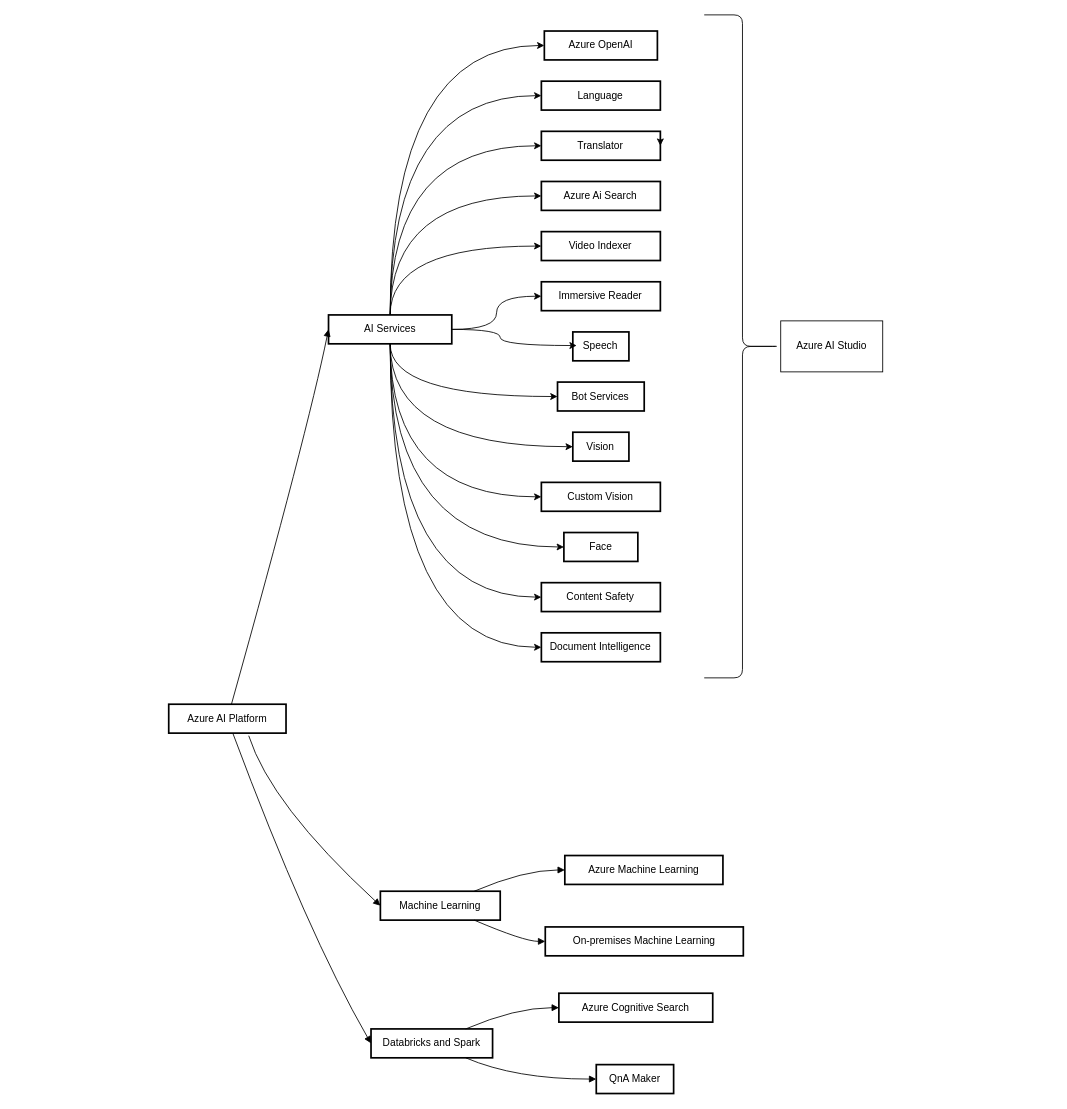
This is Azure Ai services.drawio from nmaia19/azure-ai, a draw.io file, before an edit. Source tidied: cells renumbered, new cells numbered last; positions are measured from the earlier drawing's top-left corner, leaving out a move shared by most shapes. Both pictures are drawn from the tidied source at 85%, with x=0, y=0 at pixel (168, 14).
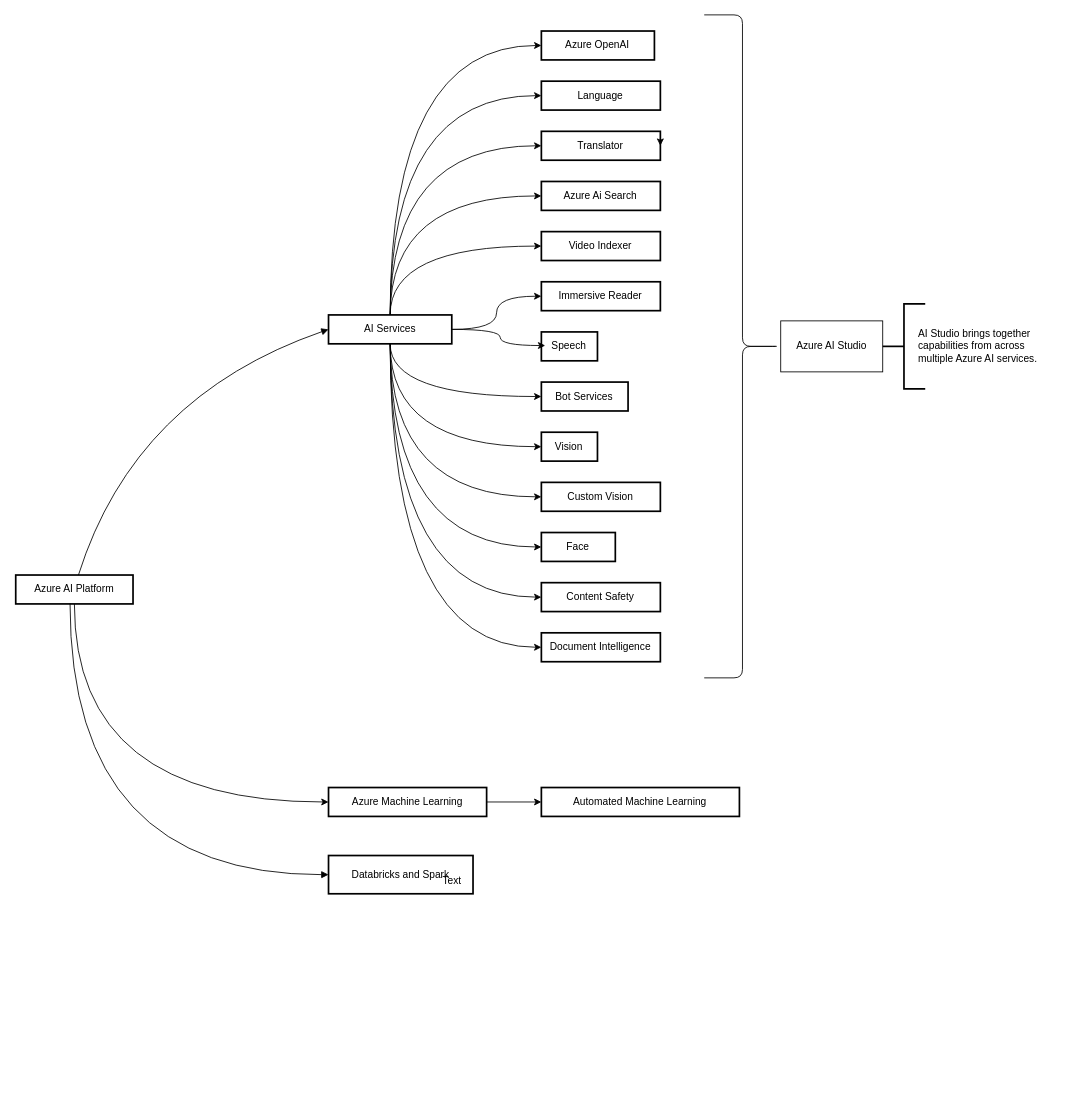
The same diagram, later.

Unchanged cells that the change refers to:
```xml
<mxCell id="15" value="AI Services" style="whiteSpace=wrap;strokeWidth=2;" parent="1" vertex="1">
  <mxGeometry x="188" y="353" width="145" height="34" as="geometry" />
</mxCell>
```

Diff of the diagram source:
```diff
@@
+    <mxCell id="46" style="edgeStyle=orthogonalEdgeStyle;rounded=0;jettySize=auto;html=1;entryX=0;entryY=0.5;entryDx=0;entryDy=0;curved=1;exitX=0.5;exitY=1;exitDx=0;exitDy=0;" parent="1" edge="1" source="2" target="23">
+      <mxGeometry relative="1" as="geometry" />
+    </mxCell>
     <mxCell id="2" value="Azure AI Platform" style="whiteSpace=wrap;strokeWidth=2;" parent="1" vertex="1">
-      <mxGeometry y="811" width="138" height="34" as="geometry" />
+      <mxGeometry x="-180" y="659" width="138" height="34" as="geometry" />
     </mxCell>
@@
-    <mxCell id="16" value="Machine Learning" style="whiteSpace=wrap;strokeWidth=2;" parent="1" vertex="1">
-      <mxGeometry x="249" y="1031" width="141" height="34" as="geometry" />
-    </mxCell>
     <mxCell id="17" value="Bot Services" style="whiteSpace=wrap;strokeWidth=2;" parent="1" vertex="1">
-      <mxGeometry x="457.4" y="432" width="102" height="34" as="geometry" />
+      <mxGeometry x="438.4" y="432" width="102" height="34" as="geometry" />
     </mxCell>
     <mxCell id="18" value="Databricks and Spark" style="whiteSpace=wrap;strokeWidth=2;" parent="1" vertex="1">
-      <mxGeometry x="238" y="1193" width="143" height="34" as="geometry" />
+      <mxGeometry x="188" y="989" width="170" height="45" as="geometry" />
     </mxCell>
+    <mxCell id="47" value="Text" style="text;html=1;align=center;verticalAlign=middle;" parent="18" vertex="1">
+      <mxGeometry x="120" y="15" width="50" height="30" as="geometry" />
+    </mxCell>
     <mxCell id="19" value="Azure OpenAI" style="whiteSpace=wrap;strokeWidth=2;" parent="1" vertex="1">
-      <mxGeometry x="441.9" y="19" width="133" height="34" as="geometry" />
+      <mxGeometry x="438.4" y="19" width="133" height="34" as="geometry" />
     </mxCell>
@@
     <mxCell id="22" value="Speech" style="whiteSpace=wrap;strokeWidth=2;" parent="1" vertex="1">
-      <mxGeometry x="475.4" y="373" width="66" height="34" as="geometry" />
+      <mxGeometry x="438.4" y="373" width="66" height="34" as="geometry" />
     </mxCell>
+    <mxCell id="48" style="edgeStyle=orthogonalEdgeStyle;rounded=0;jettySize=auto;html=1;entryX=0;entryY=0.5;entryDx=0;entryDy=0;" parent="1" edge="1" source="23" target="24">
+      <mxGeometry relative="1" as="geometry" />
+    </mxCell>
     <mxCell id="23" value="Azure Machine Learning" style="whiteSpace=wrap;strokeWidth=2;" parent="1" vertex="1">
-      <mxGeometry x="466" y="989" width="186" height="34" as="geometry" />
+      <mxGeometry x="188" y="909" width="186" height="34" as="geometry" />
     </mxCell>
-    <mxCell id="24" value="On-premises Machine Learning" style="whiteSpace=wrap;strokeWidth=2;" parent="1" vertex="1">
-      <mxGeometry x="443" y="1073" width="233" height="34" as="geometry" />
+    <mxCell id="24" value="Automated Machine Learning" style="whiteSpace=wrap;strokeWidth=2;" parent="1" vertex="1">
+      <mxGeometry x="438.4" y="909" width="233" height="34" as="geometry" />
     </mxCell>
-    <mxCell id="25" value="Azure Cognitive Search" style="whiteSpace=wrap;strokeWidth=2;" parent="1" vertex="1">
-      <mxGeometry x="459" y="1151" width="181" height="34" as="geometry" />
-    </mxCell>
-    <mxCell id="26" value="QnA Maker" style="whiteSpace=wrap;strokeWidth=2;" parent="1" vertex="1">
-      <mxGeometry x="503" y="1235" width="91" height="34" as="geometry" />
-    </mxCell>
     <mxCell id="27" style="curved=1;startArrow=none;endArrow=block;exitX=0.5346715912644496;exitY=0;entryX=0.0003771551724137931;entryY=0.5;" parent="1" edge="1" source="2" target="15">
       <mxGeometry relative="1" as="geometry">
         <Array as="points">
-          <mxPoint x="163" y="492" />
+          <mxPoint x="-40" y="449" />
         </Array>
       </mxGeometry>
     </mxCell>
-    <mxCell id="28" style="curved=1;startArrow=none;endArrow=block;exitX=0.682;exitY=1.09;entryX=0.002714982269503546;entryY=0.5;exitDx=0;exitDy=0;exitPerimeter=0;" parent="1" edge="1" source="2" target="16">
-      <mxGeometry relative="1" as="geometry">
-        <Array as="points">
-          <mxPoint x="120" y="929" />
-        </Array>
-      </mxGeometry>
-    </mxCell>
-    <mxCell id="29" style="curved=1;startArrow=none;endArrow=block;exitX=0.5461627406472854;exitY=1;entryX=0.002458479020979021;entryY=0.5;" parent="1" edge="1" source="2" target="18">
-      <mxGeometry relative="1" as="geometry">
-        <Array as="points">
-          <mxPoint x="163" y="1080" />
-        </Array>
-      </mxGeometry>
+    <mxCell id="29" style="curved=1;startArrow=none;endArrow=block;exitX=0.463;exitY=0.99;entryX=0.002458479020979021;entryY=0.5;edgeStyle=orthogonalEdgeStyle;exitDx=0;exitDy=0;exitPerimeter=0;" parent="1" edge="1" source="2" target="18">
+      <mxGeometry relative="1" as="geometry" />
     </mxCell>
-    <mxCell id="30" style="curved=1;startArrow=none;endArrow=block;exitX=0.782611448834853;exitY=0;entryX=0.0002940188172043011;entryY=0.5;" parent="1" edge="1" source="16" target="23">
-      <mxGeometry relative="1" as="geometry">
-        <Array as="points">
-          <mxPoint x="418" y="1006" />
-        </Array>
-      </mxGeometry>
-    </mxCell>
-    <mxCell id="31" style="curved=1;startArrow=none;endArrow=block;exitX=0.782611448834853;exitY=1;entryX=-0.002045332618025751;entryY=0.5;" parent="1" edge="1" source="16" target="24">
-      <mxGeometry relative="1" as="geometry">
-        <Array as="points">
-          <mxPoint x="418" y="1090" />
-        </Array>
-      </mxGeometry>
-    </mxCell>
-    <mxCell id="32" style="curved=1;startArrow=none;endArrow=block;exitX=0.7786588411588411;exitY=0;entryX=-0.0023092196132596687;entryY=0.5;" parent="1" edge="1" source="18" target="25">
-      <mxGeometry relative="1" as="geometry">
-        <Array as="points">
-          <mxPoint x="408" y="1168" />
-        </Array>
-      </mxGeometry>
-    </mxCell>
-    <mxCell id="33" style="curved=1;startArrow=none;endArrow=block;exitX=0.7786588411588411;exitY=1;entryX=0.005322802197802198;entryY=0.5;" parent="1" edge="1" source="18" target="26">
-      <mxGeometry relative="1" as="geometry">
-        <Array as="points">
-          <mxPoint x="408" y="1252" />
-        </Array>
-      </mxGeometry>
-    </mxCell>
@@
     <mxCell id="35" value="Vision" style="whiteSpace=wrap;strokeWidth=2;" parent="1" vertex="1">
-      <mxGeometry x="475.4" y="491" width="66" height="34" as="geometry" />
+      <mxGeometry x="438.4" y="491" width="66" height="34" as="geometry" />
     </mxCell>
@@
     <mxCell id="37" value="Face" style="whiteSpace=wrap;strokeWidth=2;" parent="1" vertex="1">
-      <mxGeometry x="464.9" y="609" width="87" height="34" as="geometry" />
+      <mxGeometry x="438.4" y="609" width="87" height="34" as="geometry" />
     </mxCell>
@@
+    <mxCell id="49" style="strokeWidth=2;html=1;shape=mxgraph.flowchart.annotation_2;align=left;labelPosition=right;" parent="1" vertex="1">
+      <mxGeometry x="840" y="340" width="50" height="100" as="geometry" />
+    </mxCell>
+    <mxCell id="50" value="&lt;div style=&quot;text-align: justify;&quot;&gt;&lt;span style=&quot;background-color: initial;&quot;&gt;AI Studio brings together&lt;/span&gt;&lt;/div&gt;&lt;span style=&quot;&quot;&gt;&lt;div style=&quot;text-align: justify;&quot;&gt;&lt;span style=&quot;background-color: initial;&quot;&gt;capabilities from across&lt;/span&gt;&lt;/div&gt;&lt;/span&gt;&lt;span style=&quot;&quot;&gt;&lt;div style=&quot;text-align: justify;&quot;&gt;&lt;span style=&quot;background-color: initial;&quot;&gt;multiple Azure AI services.&lt;/span&gt;&lt;/div&gt;&lt;/span&gt;" style="text;html=1;align=left;verticalAlign=middle;strokeColor=none;fillColor=none;" parent="1" vertex="1">
+      <mxGeometry x="880" y="360" width="160" height="60" as="geometry" />
+    </mxCell>
```
